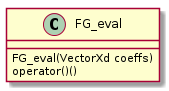
Before: images/classdiagram.png, a diagram exported from PlantUML (kkweon/CarND-MPC-Project).
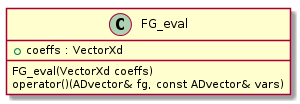
The same diagram one commit later.

The edit, as a diff of the source:
```diff
@@ -1,6 +1,7 @@
 @startuml
 class FG_eval {
+  + coeffs : VectorXd
   FG_eval(VectorXd coeffs)
-  operator()()
+  operator()(ADvector& fg, const ADvector& vars)
 }
 @enduml
```
